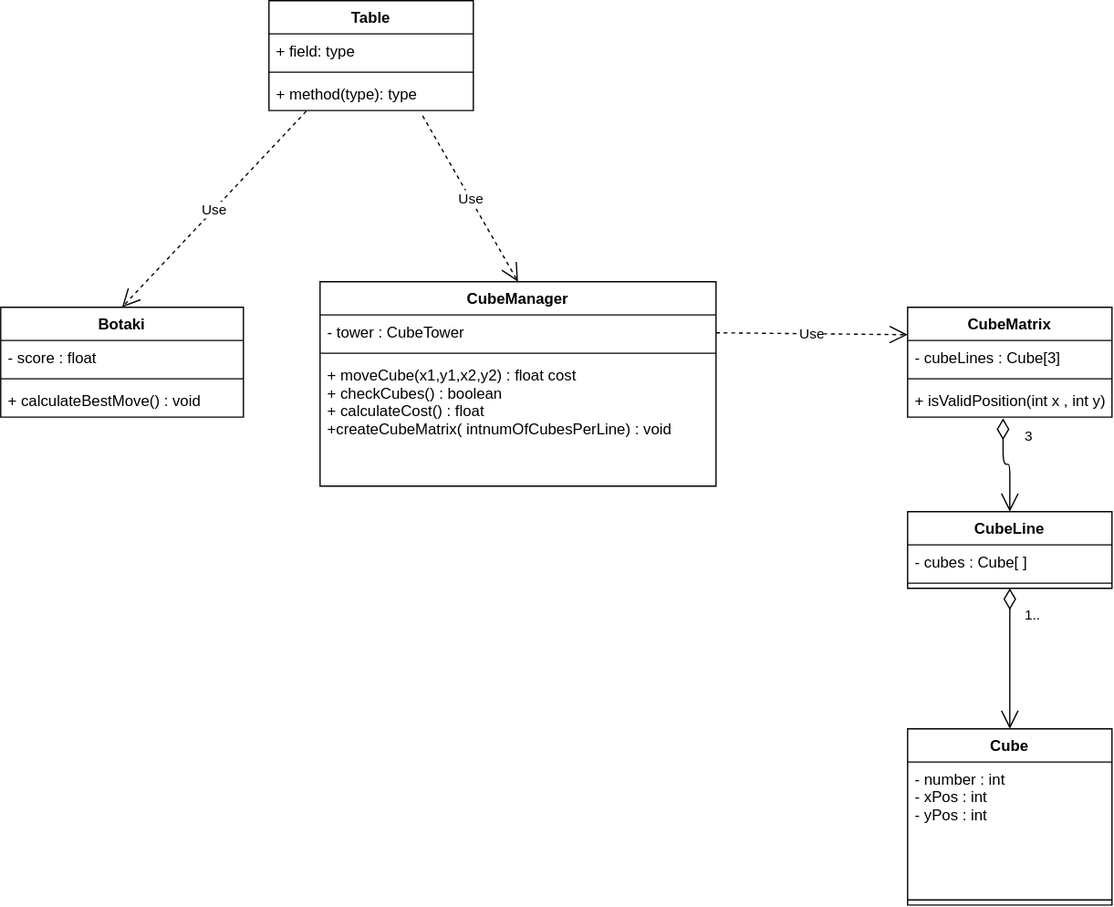
Earlier version of the draw.io export ask1.drawio.svg (philipAthanasopoulos/Cube-io). Source tidied: cells renumbered, new cells last; positions are measured from the earlier drawing's top-left corner, leaving out a move shared by most shapes.
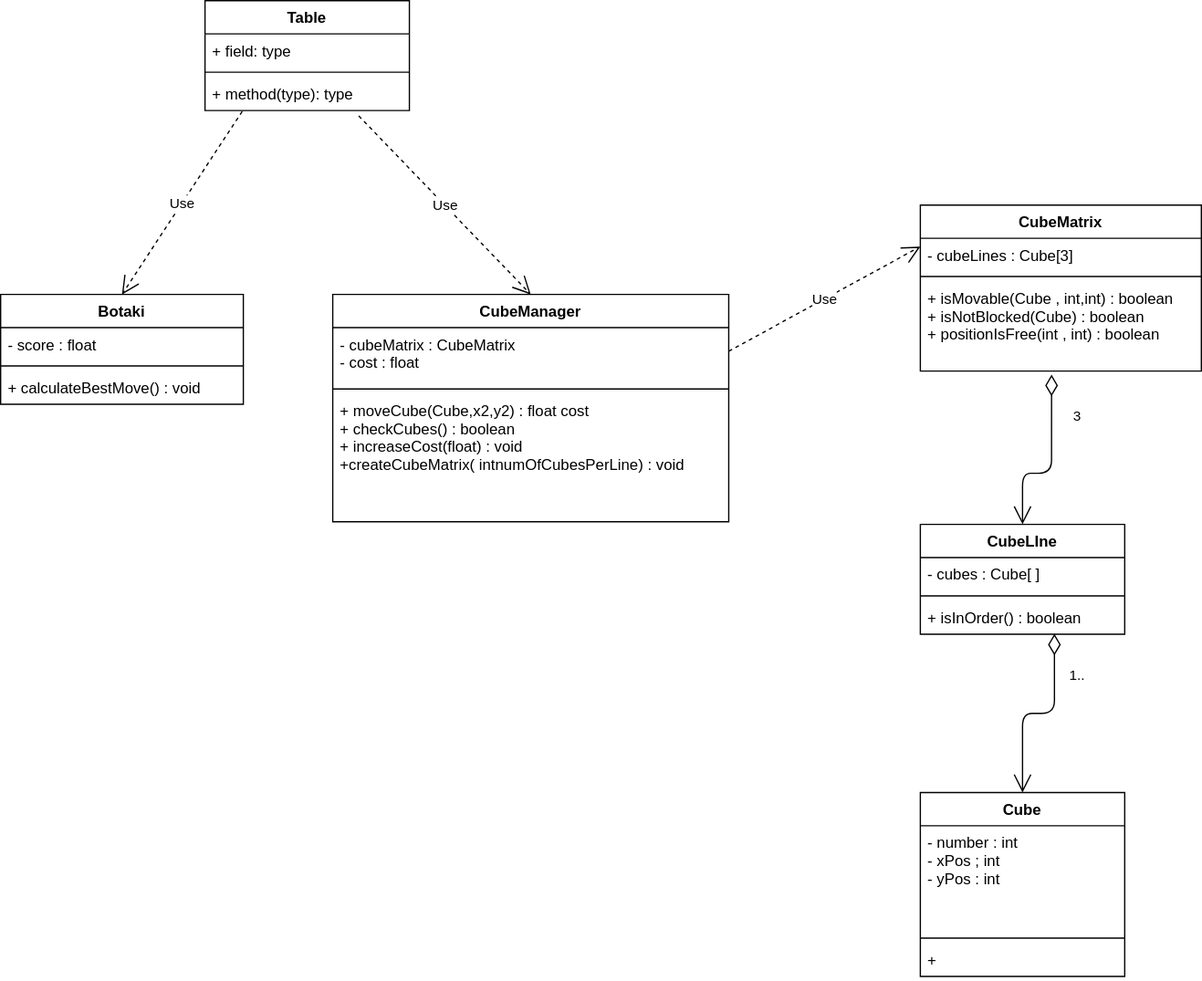
Above is the later version.

Diff of the diagram source:
```diff
@@ -2,17 +2,8 @@
   <root>
     <mxCell id="0" />
     <mxCell id="1" parent="0" />
-    <mxCell id="2" value="Cube" style="swimlane;fontStyle=1;align=center;verticalAlign=top;horizontal=1;startSize=26;" parent="1" vertex="1">
-      <mxGeometry x="710" y="570" width="160" height="138" as="geometry" />
-    </mxCell>
-    <mxCell id="3" value="- number : int&#10;- xPos : int&#10;- yPos : int&#10;" style="text;strokeColor=none;fillColor=none;align=left;verticalAlign=top;spacingLeft=4;spacingRight=4;overflow=hidden;" parent="2" vertex="1">
-      <mxGeometry y="26" width="160" height="104" as="geometry" />
-    </mxCell>
-    <mxCell id="4" style="line;strokeWidth=1;fillColor=none;align=left;verticalAlign=middle;spacingTop=-1;spacingLeft=3;spacingRight=3;labelPosition=right;strokeColor=inherit;" parent="2" vertex="1">
-      <mxGeometry y="130" width="160" height="8" as="geometry" />
-    </mxCell>
     <mxCell id="5" value="Botaki" style="swimlane;fontStyle=1;align=center;verticalAlign=top;horizontal=1;startSize=26;" parent="1" vertex="1">
-      <mxGeometry y="240" width="190" height="86" as="geometry" />
+      <mxGeometry x="-10" y="220" width="190" height="86" as="geometry" />
     </mxCell>
     <mxCell id="6" value="- score : float" style="text;strokeColor=none;fillColor=none;align=left;verticalAlign=top;spacingLeft=4;spacingRight=4;overflow=hidden;" parent="5" vertex="1">
       <mxGeometry y="26" width="190" height="26" as="geometry" />
@@ -24,7 +15,7 @@
       <mxGeometry y="60" width="190" height="26" as="geometry" />
     </mxCell>
     <mxCell id="9" value="Table&#10;" style="swimlane;fontStyle=1;align=center;verticalAlign=top;horizontal=1;startSize=26;" parent="1" vertex="1">
-      <mxGeometry x="210" width="160" height="86" as="geometry" />
+      <mxGeometry x="150" y="-10" width="160" height="86" as="geometry" />
     </mxCell>
     <mxCell id="10" value="+ field: type" style="text;strokeColor=none;fillColor=none;align=left;verticalAlign=top;spacingLeft=4;spacingRight=4;overflow=hidden;" parent="9" vertex="1">
       <mxGeometry y="26" width="160" height="26" as="geometry" />
@@ -38,50 +29,70 @@
     <mxCell id="13" value="Use" style="endArrow=open;endSize=12;dashed=1;html=1;exitX=0.182;exitY=1.026;exitDx=0;exitDy=0;exitPerimeter=0;entryX=0.5;entryY=0;entryDx=0;entryDy=0;entryPerimeter=0;" parent="1" edge="1" source="12" target="5">
       <mxGeometry relative="1" as="geometry" />
     </mxCell>
-    <mxCell id="14" value="CubeLine" style="swimlane;fontStyle=1;align=center;verticalAlign=top;horizontal=1;startSize=26;" parent="1" vertex="1">
-      <mxGeometry x="710" y="400" width="160" height="60" as="geometry" />
-    </mxCell>
-    <mxCell id="15" value="- cubes : Cube[ ]" style="text;strokeColor=none;fillColor=none;align=left;verticalAlign=top;spacingLeft=4;spacingRight=4;overflow=hidden;" parent="14" vertex="1">
-      <mxGeometry y="26" width="160" height="26" as="geometry" />
-    </mxCell>
-    <mxCell id="16" style="line;strokeWidth=1;fillColor=none;align=left;verticalAlign=middle;spacingTop=-1;spacingLeft=3;spacingRight=3;labelPosition=right;strokeColor=inherit;" parent="14" vertex="1">
-      <mxGeometry y="52" width="160" height="8" as="geometry" />
-    </mxCell>
     <mxCell id="17" value="CubeManager" style="swimlane;fontStyle=1;align=center;verticalAlign=top;horizontal=1;startSize=26;" parent="1" vertex="1">
-      <mxGeometry x="250" y="220" width="310" height="160" as="geometry" />
+      <mxGeometry x="250" y="220" width="310" height="178" as="geometry" />
     </mxCell>
-    <mxCell id="18" value="- tower : CubeTower" style="text;strokeColor=none;fillColor=none;align=left;verticalAlign=top;spacingLeft=4;spacingRight=4;overflow=hidden;" parent="17" vertex="1">
-      <mxGeometry y="26" width="310" height="26" as="geometry" />
+    <mxCell id="18" value="- cubeMatrix : CubeMatrix&#10;- cost : float" style="text;strokeColor=none;fillColor=none;align=left;verticalAlign=top;spacingLeft=4;spacingRight=4;overflow=hidden;" parent="17" vertex="1">
+      <mxGeometry y="26" width="310" height="44" as="geometry" />
     </mxCell>
     <mxCell id="19" style="line;strokeWidth=1;fillColor=none;align=left;verticalAlign=middle;spacingTop=-1;spacingLeft=3;spacingRight=3;labelPosition=right;strokeColor=inherit;" parent="17" vertex="1">
-      <mxGeometry y="52" width="310" height="8" as="geometry" />
+      <mxGeometry y="70" width="310" height="8" as="geometry" />
     </mxCell>
-    <mxCell id="20" value="+ moveCube(x1,y1,x2,y2) : float cost&#10;+ checkCubes() : boolean&#10;+ calculateCost() : float&#10;+createCubeMatrix( intnumOfCubesPerLine) : void&#10;" style="text;strokeColor=none;fillColor=none;align=left;verticalAlign=top;spacingLeft=4;spacingRight=4;overflow=hidden;" parent="17" vertex="1">
-      <mxGeometry y="60" width="310" height="100" as="geometry" />
+    <mxCell id="20" value="+ moveCube(Cube,x2,y2) : float cost&#10;+ checkCubes() : boolean&#10;+ increaseCost(float) : void&#10;+createCubeMatrix( intnumOfCubesPerLine) : void&#10;" style="text;strokeColor=none;fillColor=none;align=left;verticalAlign=top;spacingLeft=4;spacingRight=4;overflow=hidden;" parent="17" vertex="1">
+      <mxGeometry y="78" width="310" height="100" as="geometry" />
     </mxCell>
     <mxCell id="21" value="Use" style="endArrow=open;endSize=12;dashed=1;html=1;exitX=0.752;exitY=1.16;exitDx=0;exitDy=0;exitPerimeter=0;entryX=0.5;entryY=0;entryDx=0;entryDy=0;" parent="1" edge="1" source="12" target="17">
       <mxGeometry relative="1" as="geometry" />
     </mxCell>
-    <mxCell id="22" value="1.." style="endArrow=open;html=1;endSize=12;startArrow=diamondThin;startSize=14;startFill=0;edgeStyle=orthogonalEdgeStyle;align=left;verticalAlign=bottom;entryX=0.5;entryY=0;entryDx=0;entryDy=0;exitX=0.5;exitY=1;exitDx=0;exitDy=0;" parent="1" edge="1" source="14" target="2">
+    <mxCell id="22" value="1.." style="endArrow=open;html=1;endSize=12;startArrow=diamondThin;startSize=14;startFill=0;edgeStyle=orthogonalEdgeStyle;align=left;verticalAlign=bottom;entryX=0.5;entryY=0;entryDx=0;entryDy=0;exitX=0.656;exitY=0.988;exitDx=0;exitDy=0;exitPerimeter=0;" parent="1" edge="1" source="30" target="2">
       <mxGeometry x="-0.45" y="10" relative="1" as="geometry" />
     </mxCell>
     <mxCell id="23" value="Use" style="endArrow=open;endSize=12;dashed=1;html=1;exitX=1;exitY=0.25;exitDx=0;exitDy=0;entryX=0;entryY=0.25;entryDx=0;entryDy=0;" parent="1" edge="1" source="17" target="24">
       <mxGeometry relative="1" as="geometry" />
     </mxCell>
     <mxCell id="24" value="CubeMatrix" style="swimlane;fontStyle=1;align=center;verticalAlign=top;horizontal=1;startSize=26;" parent="1" vertex="1">
-      <mxGeometry x="710" y="240" width="160" height="86" as="geometry" />
+      <mxGeometry x="710" y="150" width="220" height="130" as="geometry" />
     </mxCell>
     <mxCell id="25" value="- cubeLines : Cube[3]" style="text;strokeColor=none;fillColor=none;align=left;verticalAlign=top;spacingLeft=4;spacingRight=4;overflow=hidden;" parent="24" vertex="1">
-      <mxGeometry y="26" width="160" height="26" as="geometry" />
+      <mxGeometry y="26" width="220" height="26" as="geometry" />
     </mxCell>
     <mxCell id="26" style="line;strokeWidth=1;fillColor=none;align=left;verticalAlign=middle;spacingTop=-1;spacingLeft=3;spacingRight=3;labelPosition=right;strokeColor=inherit;" parent="24" vertex="1">
-      <mxGeometry y="52" width="160" height="8" as="geometry" />
+      <mxGeometry y="52" width="220" height="8" as="geometry" />
     </mxCell>
-    <mxCell id="27" value="+ isValidPosition(int x , int y)" style="text;strokeColor=none;fillColor=none;align=left;verticalAlign=top;spacingLeft=4;spacingRight=4;overflow=hidden;points=[[0,0.5],[1,0.5]];portConstraint=eastwest;" parent="24" vertex="1">
-      <mxGeometry y="60" width="160" height="26" as="geometry" />
+    <mxCell id="27" value="+ isMovable(Cube , int,int) : boolean&#10;+ isNotBlocked(Cube) : boolean&#10;+ positionIsFree(int , int) : boolean&#10;" style="text;strokeColor=none;fillColor=none;align=left;verticalAlign=top;spacingLeft=4;spacingRight=4;overflow=hidden;points=[[0,0.5],[1,0.5]];portConstraint=eastwest;" parent="24" vertex="1">
+      <mxGeometry y="60" width="220" height="70" as="geometry" />
     </mxCell>
-    <mxCell id="28" value="3&lt;br&gt;" style="endArrow=open;html=1;endSize=12;startArrow=diamondThin;startSize=14;startFill=0;edgeStyle=orthogonalEdgeStyle;align=left;verticalAlign=bottom;entryX=0.5;entryY=0;entryDx=0;entryDy=0;exitX=0.467;exitY=1.04;exitDx=0;exitDy=0;exitPerimeter=0;" parent="1" edge="1" source="27" target="14">
-      <mxGeometry x="-0.41" y="15" relative="1" as="geometry" />
+    <mxCell id="28" value="3&lt;br&gt;" style="endArrow=open;html=1;endSize=12;startArrow=diamondThin;startSize=14;startFill=0;edgeStyle=orthogonalEdgeStyle;align=left;verticalAlign=bottom;exitX=0.467;exitY=1.04;exitDx=0;exitDy=0;exitPerimeter=0;entryX=0.5;entryY=0;entryDx=0;entryDy=0;" parent="1" edge="1" source="27" target="29">
+      <mxGeometry x="-0.41" y="15" relative="1" as="geometry">
+        <Array as="points">
+          <mxPoint x="813" y="360" />
+          <mxPoint x="790" y="360" />
+        </Array>
+      </mxGeometry>
     </mxCell>
+    <mxCell id="29" value="CubeLIne" style="swimlane;fontStyle=1;align=center;verticalAlign=top;horizontal=1;startSize=26;" parent="1" vertex="1">
+      <mxGeometry x="710" y="400" width="160" height="86" as="geometry" />
+    </mxCell>
+    <mxCell id="15" value="- cubes : Cube[ ]" style="text;strokeColor=none;fillColor=none;align=left;verticalAlign=top;spacingLeft=4;spacingRight=4;overflow=hidden;" parent="29" vertex="1">
+      <mxGeometry y="26" width="160" height="26" as="geometry" />
+    </mxCell>
+    <mxCell id="16" style="line;strokeWidth=1;fillColor=none;align=left;verticalAlign=middle;spacingTop=-1;spacingLeft=3;spacingRight=3;labelPosition=right;strokeColor=inherit;" parent="29" vertex="1">
+      <mxGeometry y="52" width="160" height="8" as="geometry" />
+    </mxCell>
+    <mxCell id="30" value="+ isInOrder() : boolean" style="text;strokeColor=none;fillColor=none;align=left;verticalAlign=top;spacingLeft=4;spacingRight=4;overflow=hidden;points=[[0,0.5],[1,0.5]];portConstraint=eastwest;" parent="29" vertex="1">
+      <mxGeometry y="60" width="160" height="26" as="geometry" />
+    </mxCell>
+    <mxCell id="2" value="Cube" style="swimlane;fontStyle=1;align=center;verticalAlign=top;horizontal=1;startSize=26;" parent="1" vertex="1">
+      <mxGeometry x="710" y="610" width="160" height="144" as="geometry" />
+    </mxCell>
+    <mxCell id="31" value="- number : int&#10;- xPos ; int&#10;- yPos : int&#10;" style="text;strokeColor=none;fillColor=none;align=left;verticalAlign=top;spacingLeft=4;spacingRight=4;overflow=hidden;" parent="2" vertex="1">
+      <mxGeometry y="26" width="160" height="84" as="geometry" />
+    </mxCell>
+    <mxCell id="32" style="line;strokeWidth=1;fillColor=none;align=left;verticalAlign=middle;spacingTop=-1;spacingLeft=3;spacingRight=3;labelPosition=right;strokeColor=inherit;" parent="2" vertex="1">
+      <mxGeometry y="110" width="160" height="8" as="geometry" />
+    </mxCell>
+    <mxCell id="33" value="+" style="text;strokeColor=none;fillColor=none;align=left;verticalAlign=top;spacingLeft=4;spacingRight=4;overflow=hidden;" parent="2" vertex="1">
+      <mxGeometry y="118" width="160" height="26" as="geometry" />
+    </mxCell>
   </root>
 </mxGraphModel>
```
